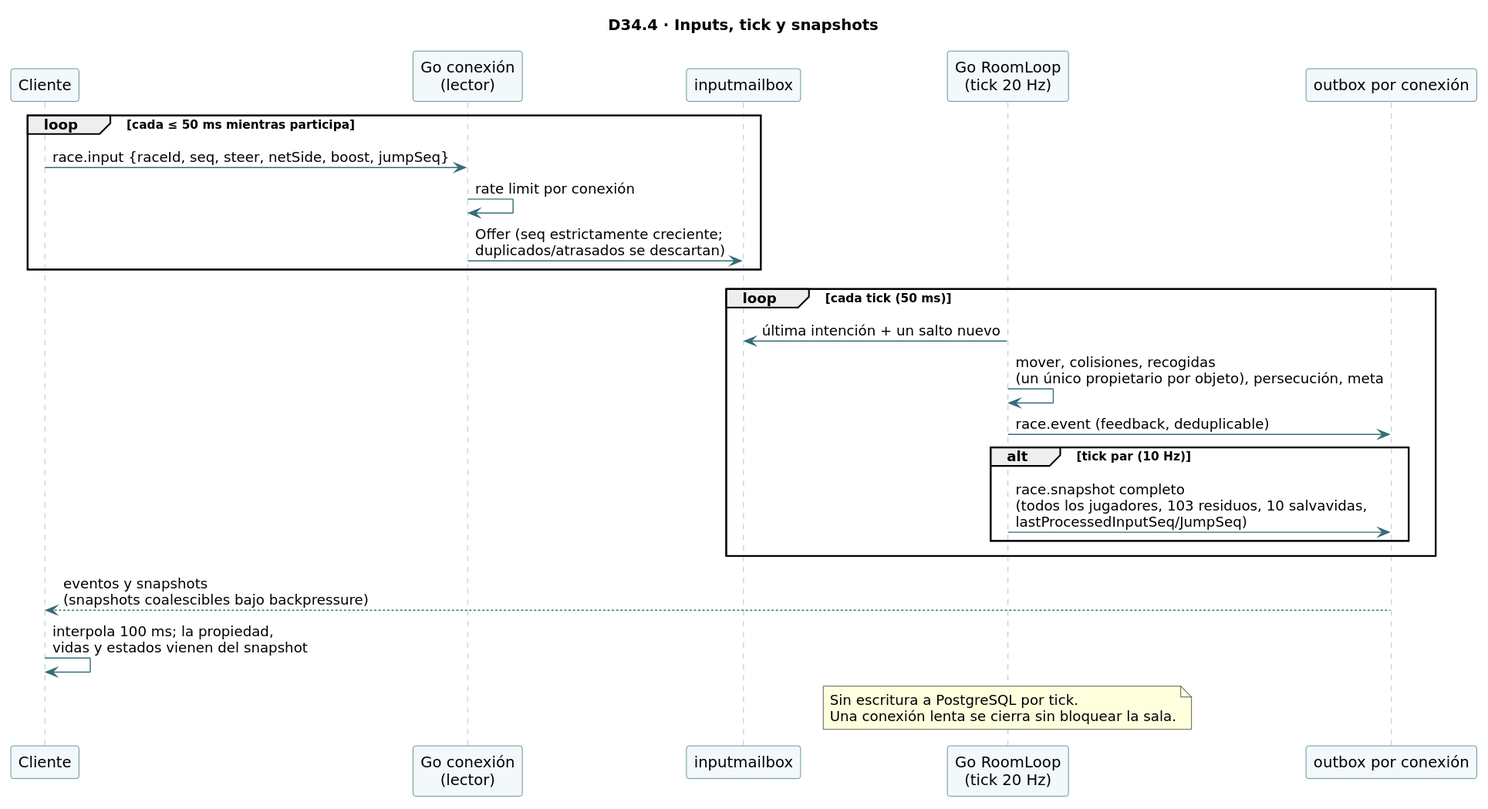
aepatino5112/compunube-proyecto-1 keeps this PlantUML diagram as docs/uml/seq-race-loop.svg. Above is the earlier version. The source it was exported from:
```plantuml
@startuml
!include seq-common.iuml
title D34.4 · Inputs, tick y snapshots
participant "Cliente" as C
participant "Go conexión\n(lector)" as Conn
participant "inputmailbox" as Box
participant "Go RoomLoop\n(tick 20 Hz)" as Room
participant "outbox por conexión" as Out

loop cada ≤ 50 ms mientras participa
  C -> Conn : race.input {raceId, seq, steer, netSide, boost, jumpSeq}
  Conn -> Conn : rate limit por conexión
  Conn -> Box : Offer (seq estrictamente creciente;\nduplicados/atrasados se descartan)
end
loop cada tick (50 ms)
  Room -> Box : última intención + un salto nuevo
  Room -> Room : mover, colisiones, recogidas\n(un único propietario por objeto), persecución, meta
  Room -> Out : race.event (feedback, deduplicable)
  alt tick par (10 Hz)
    Room -> Out : race.snapshot completo\n(todos los jugadores, 103 residuos, 10 salvavidas,\nlastProcessedInputSeq/JumpSeq)
  end
end
Out --> C : eventos y snapshots\n(snapshots coalescibles bajo backpressure)
C -> C : interpola 100 ms; la propiedad,\nvidas y estados vienen del snapshot
note over Room : Sin escritura a PostgreSQL por tick.\nUna conexión lenta se cierra sin bloquear la sala.
@enduml
```
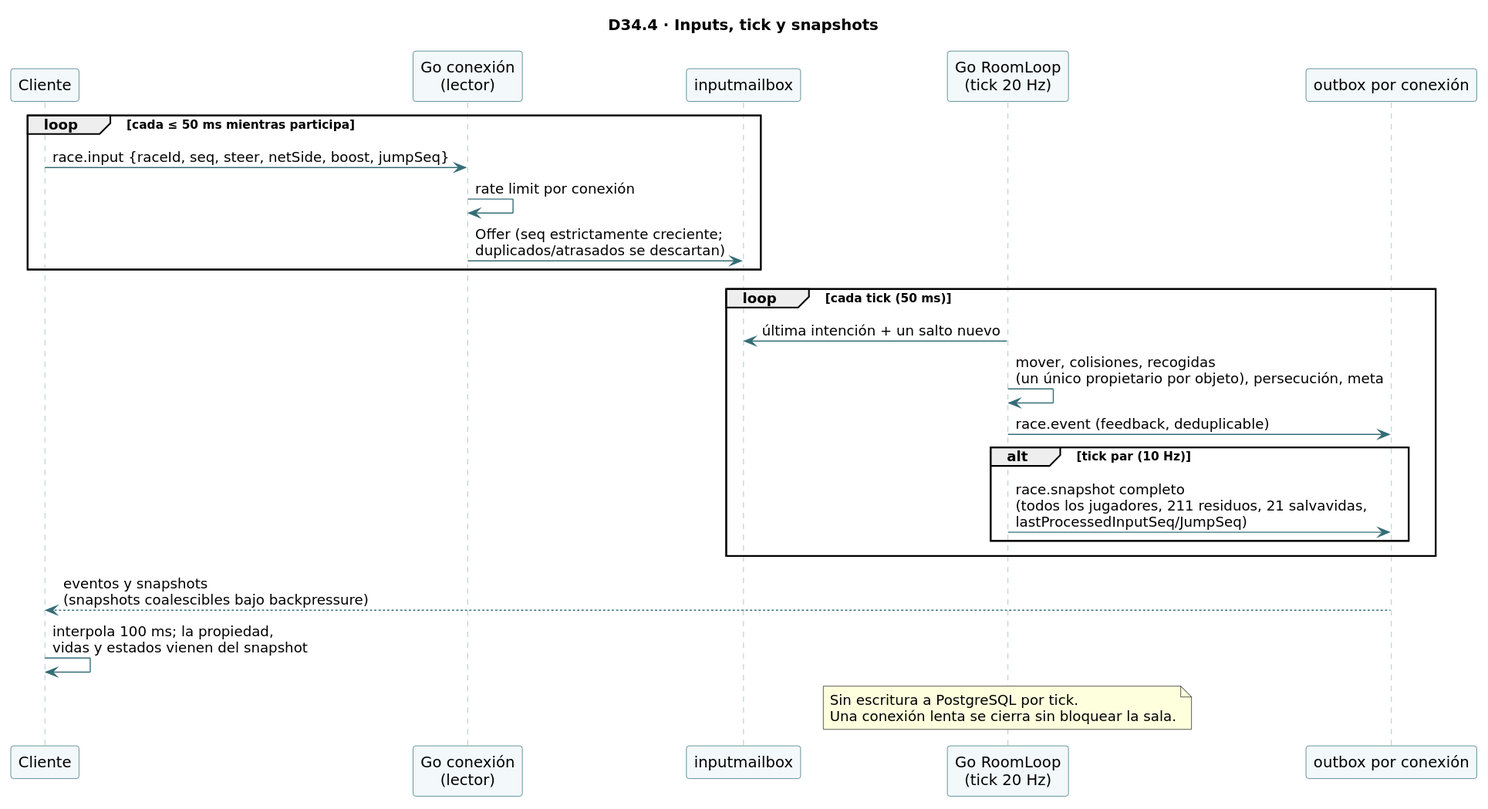
After the change.

Commit message:
docs(uml): render the surf-mvp-2 sequence diagrams with CI's pinned PlantUML

The edit, as a diff of the source:
```diff
@@ -17,7 +17,7 @@
   Room -> Room : mover, colisiones, recogidas\n(un único propietario por objeto), persecución, meta
   Room -> Out : race.event (feedback, deduplicable)
   alt tick par (10 Hz)
-    Room -> Out : race.snapshot completo\n(todos los jugadores, 103 residuos, 10 salvavidas,\nlastProcessedInputSeq/JumpSeq)
+    Room -> Out : race.snapshot completo\n(todos los jugadores, 211 residuos, 21 salvavidas,\nlastProcessedInputSeq/JumpSeq)
   end
 end
 Out --> C : eventos y snapshots\n(snapshots coalescibles bajo backpressure)
```
